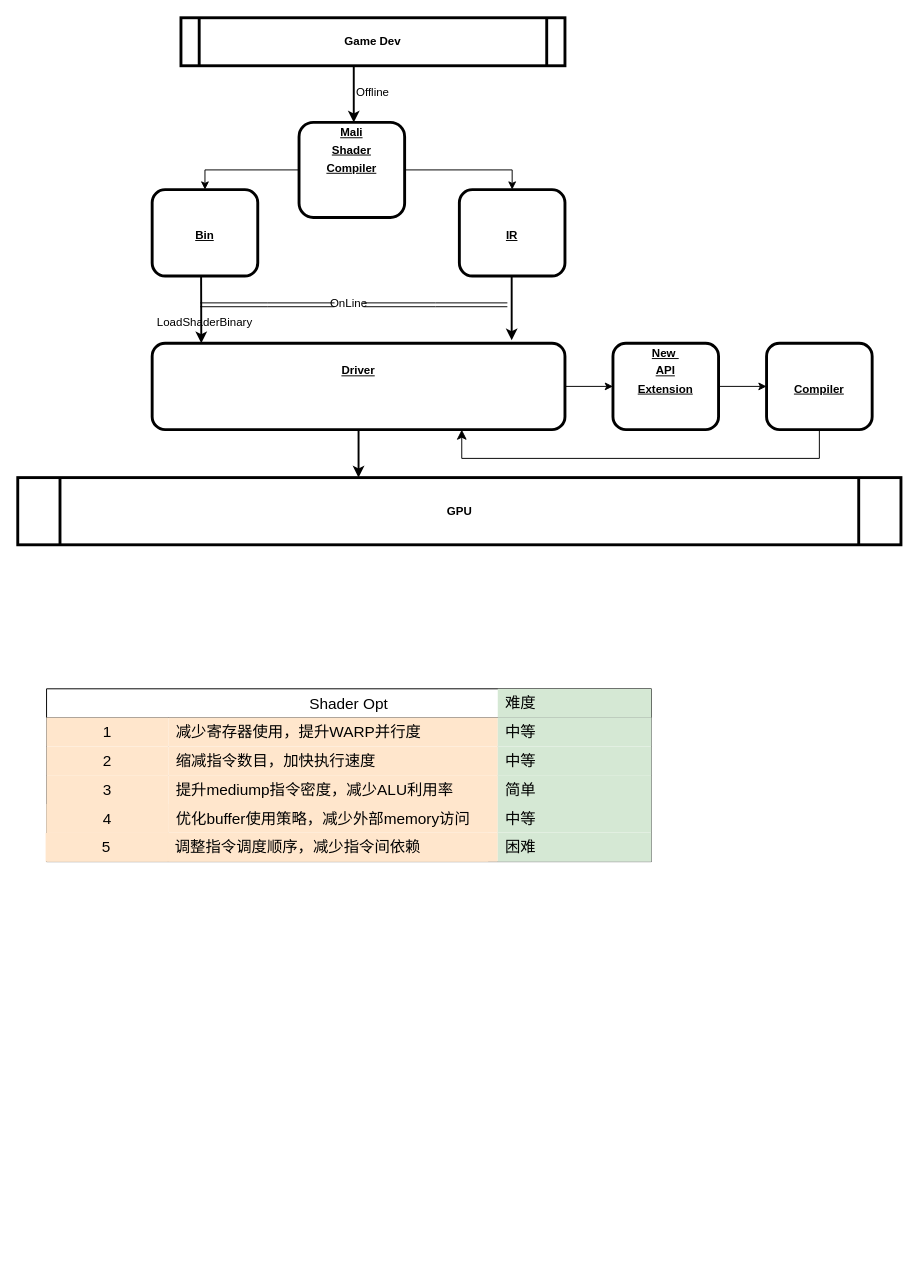
This is gpu_comp.drawio from COthello/mesadoc, a draw.io file, before an edit. Source tidied: cells renumbered, new cells numbered last; positions are measured from the earlier drawing's top-left corner, leaving out a move shared by most shapes. Both pictures are drawn from the tidied source at 96%, with x=0, y=0 at pixel (17, 17).
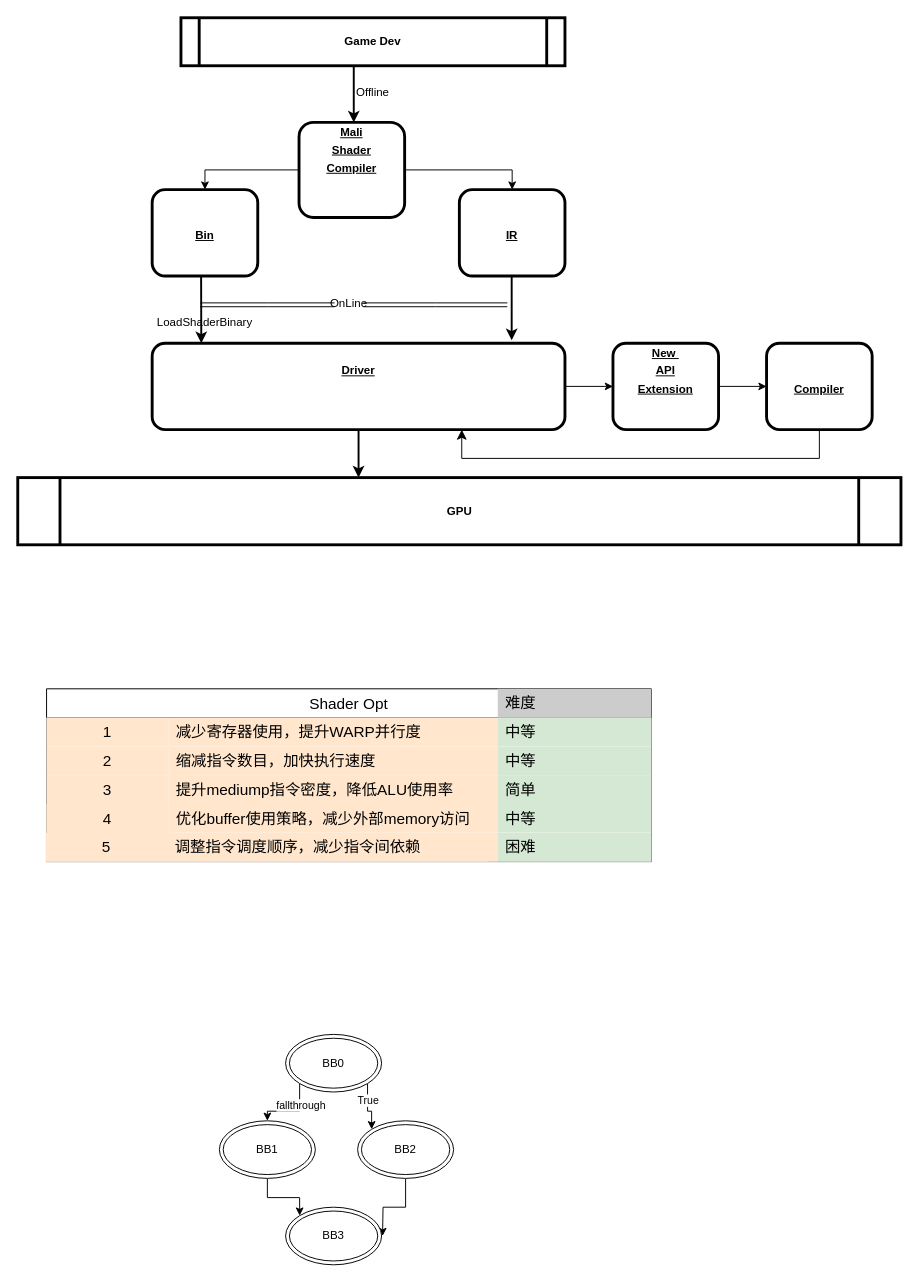
Above is the later version.

The change refers to these unchanged cells:
```xml
<mxCell id="33" style="shape=tableRow;horizontal=0;startSize=0;swimlaneHead=0;swimlaneBody=0;top=0;left=0;bottom=0;right=0;fontSize=16;" parent="24" vertex="1">
  <mxGeometry y="90" width="630" height="30" as="geometry" />
</mxCell>
```

The edit, as a diff of the source:
```diff
@@
-    <mxCell id="35" value="提升mediump指令密度，减少ALU利用率" style="shape=partialRectangle;html=1;whiteSpace=wrap;top=0;left=0;bottom=0;right=0;align=left;spacingLeft=6;overflow=hidden;fontSize=16;fillColor=#ffe6cc;strokeColor=#d79b00;" parent="33" vertex="1">
+    <mxCell id="35" value="提升mediump指令密度，降低ALU使用率" style="shape=partialRectangle;html=1;whiteSpace=wrap;top=0;left=0;bottom=0;right=0;align=left;spacingLeft=6;overflow=hidden;fontSize=16;fillColor=#ffe6cc;strokeColor=#d79b00;" parent="33" vertex="1">
       <mxGeometry x="127" width="343" height="30" as="geometry" />
     </mxCell>
@@
-    <mxCell id="48" value="难度" style="shape=partialRectangle;html=1;whiteSpace=wrap;top=0;left=0;bottom=0;right=0;align=left;spacingLeft=6;overflow=hidden;fontSize=16;fillColor=#d5e8d4;strokeColor=#82b366;" parent="1" vertex="1">
+    <mxCell id="48" value="难度" style="shape=partialRectangle;html=1;whiteSpace=wrap;top=0;left=0;bottom=0;right=0;align=left;spacingLeft=6;overflow=hidden;fontSize=16;fillColor=#CCCCCC;strokeColor=#82b366;" parent="1" vertex="1">
       <mxGeometry x="500" y="699" width="160" height="30" as="geometry" />
     </mxCell>
+    <mxCell id="49" style="edgeStyle=orthogonalEdgeStyle;rounded=0;jettySize=auto;html=1;exitX=0;exitY=1;exitDx=0;exitDy=0;entryX=0.5;entryY=0;entryDx=0;entryDy=0;" parent="1" edge="1" source="53" target="55">
+      <mxGeometry relative="1" as="geometry" />
+    </mxCell>
+    <mxCell id="50" value="fallthrough" style="edgeLabel;html=1;align=center;verticalAlign=middle;" parent="49" vertex="1">
+      <mxGeometry x="-0.4" y="1" relative="1" as="geometry" />
+    </mxCell>
+    <mxCell id="51" style="edgeStyle=orthogonalEdgeStyle;rounded=0;jettySize=auto;html=1;exitX=1;exitY=1;exitDx=0;exitDy=0;entryX=0;entryY=0;entryDx=0;entryDy=0;" parent="1" edge="1" source="53" target="57">
+      <mxGeometry relative="1" as="geometry" />
+    </mxCell>
+    <mxCell id="52" value="True" style="edgeLabel;html=1;align=center;verticalAlign=middle;" parent="51" vertex="1">
+      <mxGeometry x="-0.35" relative="1" as="geometry" />
+    </mxCell>
+    <mxCell id="53" value="BB0" style="ellipse;shape=doubleEllipse;whiteSpace=wrap;html=1;" parent="1" vertex="1">
+      <mxGeometry x="279" y="1059" width="100" height="60" as="geometry" />
+    </mxCell>
+    <mxCell id="54" style="edgeStyle=orthogonalEdgeStyle;rounded=0;jettySize=auto;html=1;entryX=0;entryY=0;entryDx=0;entryDy=0;" parent="1" edge="1" source="55" target="58">
+      <mxGeometry relative="1" as="geometry" />
+    </mxCell>
+    <mxCell id="55" value="BB1" style="ellipse;shape=doubleEllipse;whiteSpace=wrap;html=1;" parent="1" vertex="1">
+      <mxGeometry x="210" y="1149" width="100" height="60" as="geometry" />
+    </mxCell>
+    <mxCell id="56" style="edgeStyle=orthogonalEdgeStyle;rounded=0;jettySize=auto;html=1;" parent="1" edge="1" source="57">
+      <mxGeometry relative="1" as="geometry">
+        <mxPoint x="380" y="1269" as="targetPoint" />
+      </mxGeometry>
+    </mxCell>
+    <mxCell id="57" value="BB2" style="ellipse;shape=doubleEllipse;whiteSpace=wrap;html=1;" parent="1" vertex="1">
+      <mxGeometry x="354" y="1149" width="100" height="60" as="geometry" />
+    </mxCell>
+    <mxCell id="58" value="BB3" style="ellipse;shape=doubleEllipse;whiteSpace=wrap;html=1;" parent="1" vertex="1">
+      <mxGeometry x="279" y="1239" width="100" height="60" as="geometry" />
+    </mxCell>
```
